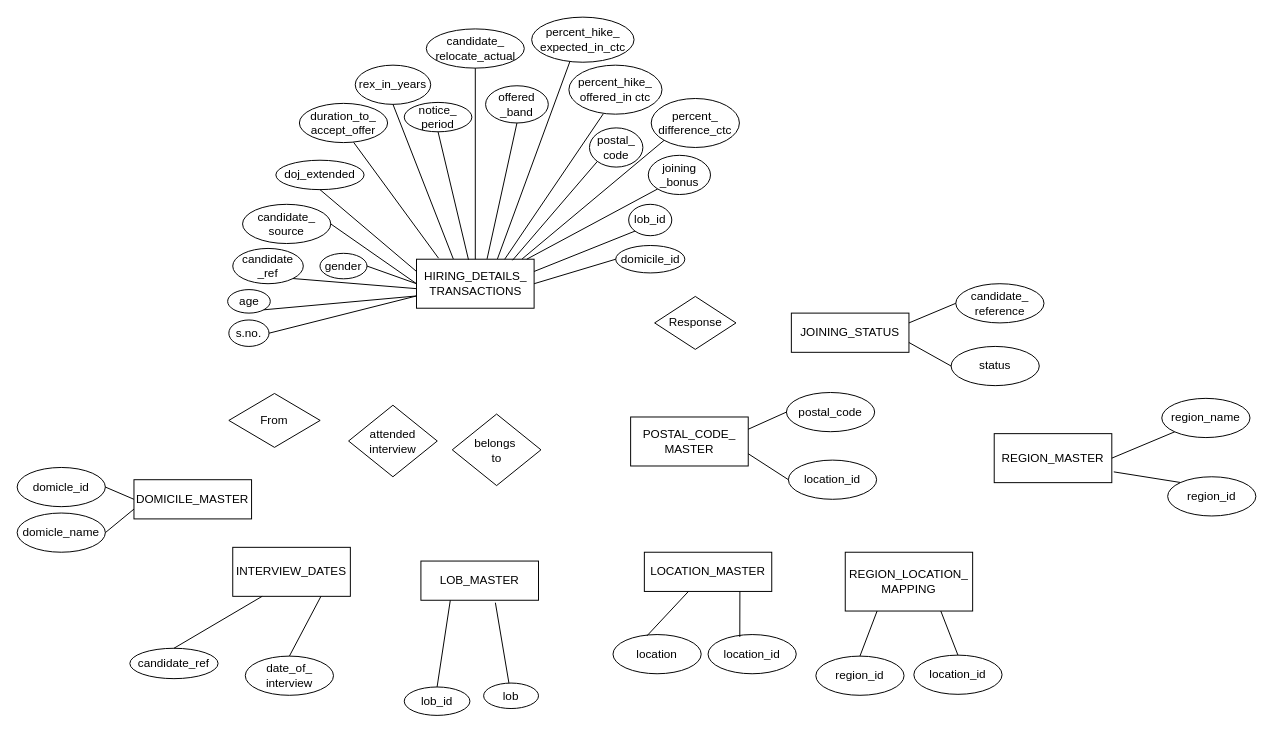
The draw.io diagram Untitled Diagram.drawio in gsrRogers/VatsDeloitte, before the edit. Source tidied: cells renumbered, new cells numbered last; positions are measured from the earlier drawing's top-left corner, leaving out a move shared by most shapes. Both pictures are drawn from the tidied source at 98%, with x=0, y=0 at pixel (17, 17).
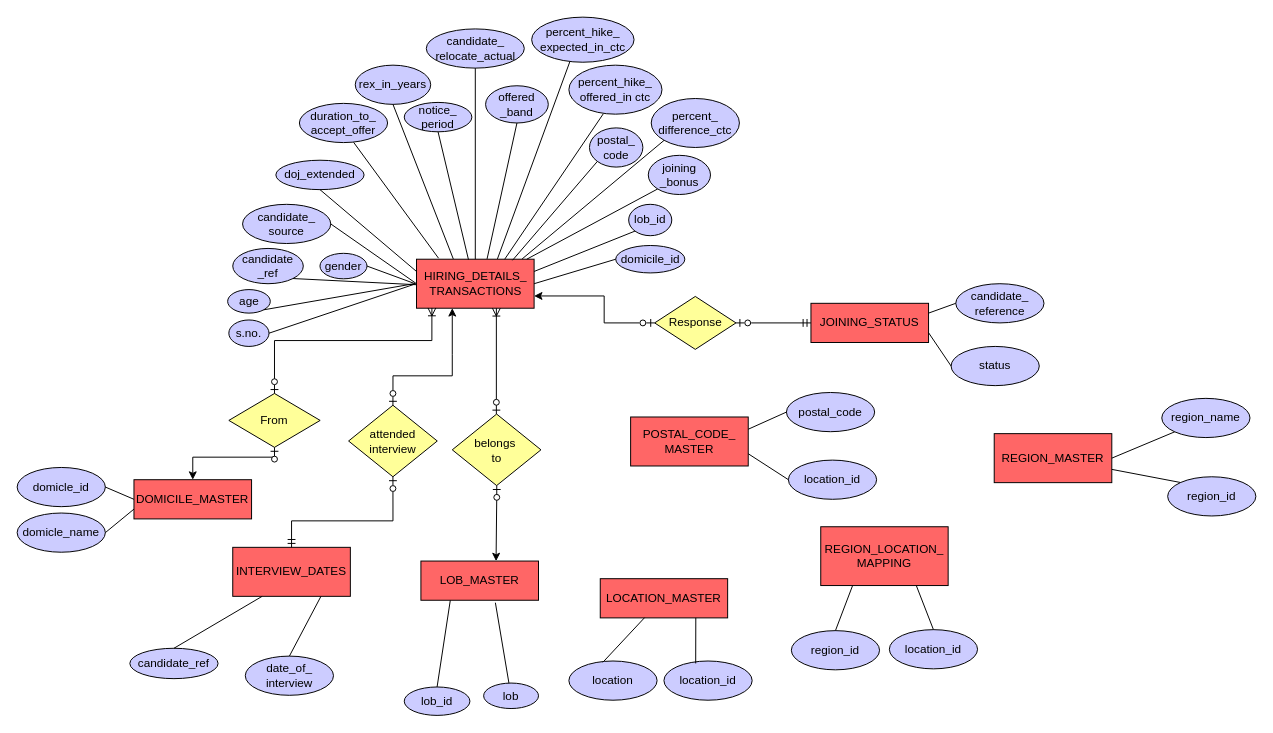
The same page after the edit.

The edit, as a diff of the source:
```diff
@@
-    <mxCell id="2" value="HIRING_DETAILS_&lt;br&gt;TRANSACTIONS" style="rounded=0;whiteSpace=wrap;html=1;" parent="1" vertex="1">
+    <mxCell id="2" value="HIRING_DETAILS_&lt;br&gt;TRANSACTIONS" style="rounded=0;whiteSpace=wrap;html=1;fillColor=#FF6666;" parent="1" vertex="1">
       <mxGeometry x="407.5" y="247" width="120" height="50" as="geometry" />
     </mxCell>
-    <mxCell id="3" value="INTERVIEW_DATES" style="rounded=0;whiteSpace=wrap;html=1;" parent="1" vertex="1">
+    <mxCell id="3" value="INTERVIEW_DATES" style="rounded=0;whiteSpace=wrap;html=1;fillColor=#FF6666;" parent="1" vertex="1">
       <mxGeometry x="220" y="541" width="120" height="50" as="geometry" />
     </mxCell>
-    <mxCell id="4" value="DOMICILE_MASTER" style="rounded=0;whiteSpace=wrap;html=1;" parent="1" vertex="1">
+    <mxCell id="4" value="DOMICILE_MASTER" style="rounded=0;whiteSpace=wrap;html=1;fillColor=#FF6666;" parent="1" vertex="1">
       <mxGeometry x="119.2" y="472" width="120" height="40" as="geometry" />
     </mxCell>
-    <mxCell id="5" value="JOINING_STATUS" style="rounded=0;whiteSpace=wrap;html=1;" parent="1" vertex="1">
-      <mxGeometry x="790" y="302" width="120" height="40" as="geometry" />
+    <mxCell id="5" value="JOINING_STATUS" style="rounded=0;whiteSpace=wrap;html=1;fillColor=#FF6666;" parent="1" vertex="1">
+      <mxGeometry x="810" y="292" width="120" height="40" as="geometry" />
     </mxCell>
-    <mxCell id="6" value="POSTAL_CODE_&lt;br&gt;MASTER" style="rounded=0;whiteSpace=wrap;html=1;" parent="1" vertex="1">
+    <mxCell id="6" value="POSTAL_CODE_&lt;br&gt;MASTER" style="rounded=0;whiteSpace=wrap;html=1;fillColor=#FF6666;" parent="1" vertex="1">
       <mxGeometry x="626" y="408" width="120" height="50" as="geometry" />
     </mxCell>
-    <mxCell id="7" value="LOCATION_MASTER" style="rounded=0;whiteSpace=wrap;html=1;" parent="1" vertex="1">
-      <mxGeometry x="640" y="546" width="130" height="40" as="geometry" />
+    <mxCell id="7" value="LOCATION_MASTER" style="rounded=0;whiteSpace=wrap;html=1;fillColor=#FF6666;" parent="1" vertex="1">
+      <mxGeometry x="595" y="573" width="130" height="40" as="geometry" />
     </mxCell>
-    <mxCell id="8" value="REGION_LOCATION_&lt;br&gt;MAPPING" style="rounded=0;whiteSpace=wrap;html=1;" parent="1" vertex="1">
-      <mxGeometry x="845" y="546" width="130" height="60" as="geometry" />
+    <mxCell id="8" value="REGION_LOCATION_&lt;br&gt;MAPPING" style="rounded=0;whiteSpace=wrap;html=1;fillColor=#FF6666;" parent="1" vertex="1">
+      <mxGeometry x="820" y="520" width="130" height="60" as="geometry" />
     </mxCell>
-    <mxCell id="9" value="REGION_MASTER" style="rounded=0;whiteSpace=wrap;html=1;" parent="1" vertex="1">
+    <mxCell id="9" value="REGION_MASTER" style="rounded=0;whiteSpace=wrap;html=1;fillColor=#FF6666;" parent="1" vertex="1">
       <mxGeometry x="997" y="425" width="120" height="50" as="geometry" />
     </mxCell>
-    <mxCell id="10" value="LOB_MASTER" style="rounded=0;whiteSpace=wrap;html=1;" parent="1" vertex="1">
+    <mxCell id="10" value="LOB_MASTER" style="rounded=0;whiteSpace=wrap;html=1;fillColor=#FF6666;" parent="1" vertex="1">
       <mxGeometry x="412" y="555" width="120" height="40" as="geometry" />
     </mxCell>
-    <mxCell id="11" value="s.no." style="ellipse;whiteSpace=wrap;html=1;" parent="1" vertex="1">
+    <mxCell id="11" value="s.no." style="ellipse;whiteSpace=wrap;html=1;fillColor=#CCCCFF;" parent="1" vertex="1">
       <mxGeometry x="216" y="309" width="41" height="27" as="geometry" />
     </mxCell>
-    <mxCell id="12" value="candidate&lt;br&gt;_ref" style="ellipse;whiteSpace=wrap;html=1;" parent="1" vertex="1">
+    <mxCell id="12" value="candidate&lt;br&gt;_ref" style="ellipse;whiteSpace=wrap;html=1;fillColor=#CCCCFF;" parent="1" vertex="1">
       <mxGeometry x="220" y="236" width="72" height="36" as="geometry" />
     </mxCell>
-    <mxCell id="13" value="doj_extended" style="ellipse;whiteSpace=wrap;html=1;" parent="1" vertex="1">
+    <mxCell id="13" value="doj_extended" style="ellipse;whiteSpace=wrap;html=1;fillColor=#CCCCFF;" parent="1" vertex="1">
       <mxGeometry x="264" y="146" width="90" height="30" as="geometry" />
     </mxCell>
-    <mxCell id="14" value="duration_to_&lt;br&gt;accept_offer" style="ellipse;whiteSpace=wrap;html=1;" parent="1" vertex="1">
+    <mxCell id="14" value="duration_to_&lt;br&gt;accept_offer" style="ellipse;whiteSpace=wrap;html=1;fillColor=#CCCCFF;" parent="1" vertex="1">
       <mxGeometry x="288" y="88" width="90" height="40" as="geometry" />
     </mxCell>
-    <mxCell id="15" value="notice_&lt;br&gt;period" style="ellipse;whiteSpace=wrap;html=1;" parent="1" vertex="1">
+    <mxCell id="15" value="notice_&lt;br&gt;period" style="ellipse;whiteSpace=wrap;html=1;fillColor=#CCCCFF;" parent="1" vertex="1">
       <mxGeometry x="395" y="87" width="69" height="30" as="geometry" />
     </mxCell>
-    <mxCell id="16" value="offered&lt;br&gt;_band" style="ellipse;whiteSpace=wrap;html=1;" parent="1" vertex="1">
+    <mxCell id="16" value="offered&lt;br&gt;_band" style="ellipse;whiteSpace=wrap;html=1;fillColor=#CCCCFF;" parent="1" vertex="1">
       <mxGeometry x="478" y="70" width="64" height="38" as="geometry" />
     </mxCell>
-    <mxCell id="17" value="percent_hike_&lt;br&gt;expected_in_ctc" style="ellipse;whiteSpace=wrap;html=1;" parent="1" vertex="1">
+    <mxCell id="17" value="percent_hike_&lt;br&gt;expected_in_ctc" style="ellipse;whiteSpace=wrap;html=1;fillColor=#CCCCFF;" parent="1" vertex="1">
       <mxGeometry x="525" width="104.5" height="46" as="geometry" />
     </mxCell>
-    <mxCell id="18" value="percent_hike_&lt;br&gt;offered_in ctc" style="ellipse;whiteSpace=wrap;html=1;" parent="1" vertex="1">
+    <mxCell id="18" value="percent_hike_&lt;br&gt;offered_in ctc" style="ellipse;whiteSpace=wrap;html=1;fillColor=#CCCCFF;" parent="1" vertex="1">
       <mxGeometry x="563" y="49" width="95" height="50" as="geometry" />
     </mxCell>
-    <mxCell id="19" value="percent_&lt;br&gt;difference_ctc" style="ellipse;whiteSpace=wrap;html=1;" parent="1" vertex="1">
+    <mxCell id="19" value="percent_&lt;br&gt;difference_ctc" style="ellipse;whiteSpace=wrap;html=1;fillColor=#CCCCFF;" parent="1" vertex="1">
       <mxGeometry x="647" y="83" width="90" height="50" as="geometry" />
     </mxCell>
-    <mxCell id="20" value="joining&lt;br&gt;_bonus" style="ellipse;whiteSpace=wrap;html=1;rotation=0;" parent="1" vertex="1">
+    <mxCell id="20" value="joining&lt;br&gt;_bonus" style="ellipse;whiteSpace=wrap;html=1;rotation=0;fillColor=#CCCCFF;" parent="1" vertex="1">
       <mxGeometry x="644" y="141" width="63.5" height="40" as="geometry" />
     </mxCell>
-    <mxCell id="21" value="candidate_&lt;br&gt;relocate_actual" style="ellipse;whiteSpace=wrap;html=1;" parent="1" vertex="1">
+    <mxCell id="21" value="candidate_&lt;br&gt;relocate_actual" style="ellipse;whiteSpace=wrap;html=1;fillColor=#CCCCFF;" parent="1" vertex="1">
       <mxGeometry x="417.5" y="12" width="100" height="40" as="geometry" />
     </mxCell>
-    <mxCell id="22" value="gender" style="ellipse;whiteSpace=wrap;html=1;" parent="1" vertex="1">
+    <mxCell id="22" value="gender" style="ellipse;whiteSpace=wrap;html=1;fillColor=#CCCCFF;" parent="1" vertex="1">
       <mxGeometry x="309" y="241" width="48" height="26" as="geometry" />
     </mxCell>
-    <mxCell id="23" value="domicile_id" style="ellipse;whiteSpace=wrap;html=1;" parent="1" vertex="1">
+    <mxCell id="23" value="domicile_id" style="ellipse;whiteSpace=wrap;html=1;fillColor=#CCCCFF;" parent="1" vertex="1">
       <mxGeometry x="610.8" y="233" width="70.5" height="28" as="geometry" />
     </mxCell>
-    <mxCell id="24" value="lob_id" style="ellipse;whiteSpace=wrap;html=1;" parent="1" vertex="1">
+    <mxCell id="24" value="lob_id" style="ellipse;whiteSpace=wrap;html=1;fillColor=#CCCCFF;" parent="1" vertex="1">
       <mxGeometry x="624" y="191" width="44" height="32" as="geometry" />
     </mxCell>
-    <mxCell id="25" value="postal_&lt;br&gt;code" style="ellipse;whiteSpace=wrap;html=1;" parent="1" vertex="1">
+    <mxCell id="25" value="postal_&lt;br&gt;code" style="ellipse;whiteSpace=wrap;html=1;fillColor=#CCCCFF;" parent="1" vertex="1">
       <mxGeometry x="584" y="113" width="54.5" height="40" as="geometry" />
     </mxCell>
-    <mxCell id="26" value="rex_in_years" style="ellipse;whiteSpace=wrap;html=1;" parent="1" vertex="1">
+    <mxCell id="26" value="rex_in_years" style="ellipse;whiteSpace=wrap;html=1;fillColor=#CCCCFF;" parent="1" vertex="1">
       <mxGeometry x="345" y="49" width="77" height="40" as="geometry" />
     </mxCell>
-    <mxCell id="27" value="candidate_&lt;br&gt;source" style="ellipse;whiteSpace=wrap;html=1;" parent="1" vertex="1">
+    <mxCell id="27" value="candidate_&lt;br&gt;source" style="ellipse;whiteSpace=wrap;html=1;fillColor=#CCCCFF;" parent="1" vertex="1">
       <mxGeometry x="230" y="191" width="90" height="40" as="geometry" />
     </mxCell>
-    <mxCell id="28" value="age" style="ellipse;whiteSpace=wrap;html=1;" parent="1" vertex="1">
+    <mxCell id="28" value="age" style="ellipse;whiteSpace=wrap;html=1;fillColor=#CCCCFF;" parent="1" vertex="1">
       <mxGeometry x="214.8" y="278" width="43.5" height="24" as="geometry" />
     </mxCell>
-    <mxCell id="29" value="candidate_ref" style="ellipse;whiteSpace=wrap;html=1;" parent="1" vertex="1">
+    <mxCell id="29" value="candidate_ref" style="ellipse;whiteSpace=wrap;html=1;fillColor=#CCCCFF;" parent="1" vertex="1">
       <mxGeometry x="115" y="644" width="90" height="31" as="geometry" />
     </mxCell>
-    <mxCell id="30" value="date_of_&lt;br&gt;interview" style="ellipse;whiteSpace=wrap;html=1;" parent="1" vertex="1">
+    <mxCell id="30" value="date_of_&lt;br&gt;interview" style="ellipse;whiteSpace=wrap;html=1;fillColor=#CCCCFF;" parent="1" vertex="1">
       <mxGeometry x="232.8" y="652" width="90" height="40" as="geometry" />
     </mxCell>
-    <mxCell id="31" value="lob_id" style="ellipse;whiteSpace=wrap;html=1;" parent="1" vertex="1">
+    <mxCell id="31" value="lob_id" style="ellipse;whiteSpace=wrap;html=1;fillColor=#CCCCFF;" parent="1" vertex="1">
       <mxGeometry x="395" y="683.5" width="67" height="29" as="geometry" />
     </mxCell>
-    <mxCell id="32" value="lob" style="ellipse;whiteSpace=wrap;html=1;" parent="1" vertex="1">
+    <mxCell id="32" value="lob" style="ellipse;whiteSpace=wrap;html=1;fillColor=#CCCCFF;" parent="1" vertex="1">
       <mxGeometry x="476" y="679.5" width="56" height="26" as="geometry" />
     </mxCell>
-    <mxCell id="33" value="domicle_id" style="ellipse;whiteSpace=wrap;html=1;" parent="1" vertex="1">
+    <mxCell id="33" value="domicle_id" style="ellipse;whiteSpace=wrap;html=1;fillColor=#CCCCFF;" parent="1" vertex="1">
       <mxGeometry y="459.5" width="90" height="40" as="geometry" />
     </mxCell>
-    <mxCell id="34" value="domicle_name" style="ellipse;whiteSpace=wrap;html=1;" parent="1" vertex="1">
+    <mxCell id="34" value="domicle_name" style="ellipse;whiteSpace=wrap;html=1;fillColor=#CCCCFF;" parent="1" vertex="1">
       <mxGeometry y="506" width="90" height="40" as="geometry" />
     </mxCell>
-    <mxCell id="35" value="region_id" style="ellipse;whiteSpace=wrap;html=1;" parent="1" vertex="1">
+    <mxCell id="35" value="region_id" style="ellipse;whiteSpace=wrap;html=1;fillColor=#CCCCFF;" parent="1" vertex="1">
       <mxGeometry x="1174" y="469" width="90" height="40" as="geometry" />
     </mxCell>
-    <mxCell id="36" value="region_name" style="ellipse;whiteSpace=wrap;html=1;" parent="1" vertex="1">
+    <mxCell id="36" value="region_name" style="ellipse;whiteSpace=wrap;html=1;fillColor=#CCCCFF;" parent="1" vertex="1">
       <mxGeometry x="1168" y="389" width="90" height="40" as="geometry" />
     </mxCell>
-    <mxCell id="37" value="region_id" style="ellipse;whiteSpace=wrap;html=1;" parent="1" vertex="1">
-      <mxGeometry x="815" y="652" width="90" height="40" as="geometry" />
+    <mxCell id="37" value="region_id" style="ellipse;whiteSpace=wrap;html=1;fillColor=#CCCCFF;" parent="1" vertex="1">
+      <mxGeometry x="790" y="626" width="90" height="40" as="geometry" />
     </mxCell>
-    <mxCell id="38" value="location_id" style="ellipse;whiteSpace=wrap;html=1;" parent="1" vertex="1">
-      <mxGeometry x="915" y="651" width="90" height="40" as="geometry" />
+    <mxCell id="38" value="location_id" style="ellipse;whiteSpace=wrap;html=1;fillColor=#CCCCFF;" parent="1" vertex="1">
+      <mxGeometry x="890" y="625" width="90" height="40" as="geometry" />
     </mxCell>
-    <mxCell id="39" value="location_id" style="ellipse;whiteSpace=wrap;html=1;" parent="1" vertex="1">
-      <mxGeometry x="705" y="630" width="90" height="40" as="geometry" />
+    <mxCell id="39" value="location_id" style="ellipse;whiteSpace=wrap;html=1;fillColor=#CCCCFF;" parent="1" vertex="1">
+      <mxGeometry x="660" y="657" width="90" height="40" as="geometry" />
     </mxCell>
-    <mxCell id="40" value="location" style="ellipse;whiteSpace=wrap;html=1;" parent="1" vertex="1">
-      <mxGeometry x="608" y="630" width="90" height="40" as="geometry" />
+    <mxCell id="40" value="location" style="ellipse;whiteSpace=wrap;html=1;fillColor=#CCCCFF;" parent="1" vertex="1">
+      <mxGeometry x="563" y="657" width="90" height="40" as="geometry" />
     </mxCell>
-    <mxCell id="41" value="location_id" style="ellipse;whiteSpace=wrap;html=1;" parent="1" vertex="1">
+    <mxCell id="41" value="location_id" style="ellipse;whiteSpace=wrap;html=1;fillColor=#CCCCFF;" parent="1" vertex="1">
       <mxGeometry x="787" y="452" width="90" height="40" as="geometry" />
     </mxCell>
-    <mxCell id="42" value="postal_code" style="ellipse;whiteSpace=wrap;html=1;" parent="1" vertex="1">
+    <mxCell id="42" value="postal_code" style="ellipse;whiteSpace=wrap;html=1;fillColor=#CCCCFF;" parent="1" vertex="1">
       <mxGeometry x="785" y="383" width="90" height="40" as="geometry" />
     </mxCell>
-    <mxCell id="43" value="candidate_&lt;br&gt;reference" style="ellipse;whiteSpace=wrap;html=1;" parent="1" vertex="1">
+    <mxCell id="43" value="candidate_&lt;br&gt;reference" style="ellipse;whiteSpace=wrap;html=1;fillColor=#CCCCFF;" parent="1" vertex="1">
       <mxGeometry x="957.8" y="272" width="90" height="40" as="geometry" />
     </mxCell>
-    <mxCell id="44" value="status" style="ellipse;whiteSpace=wrap;html=1;" parent="1" vertex="1">
+    <mxCell id="44" value="status" style="ellipse;whiteSpace=wrap;html=1;fillColor=#CCCCFF;" parent="1" vertex="1">
       <mxGeometry x="953" y="336" width="90" height="40" as="geometry" />
     </mxCell>
@@
-    <mxCell id="51" style="endArrow=none;html=1;rounded=0;exitX=0;exitY=0;exitDx=0;exitDy=0;" parent="1" edge="1" source="35">
-      <mxGeometry relative="1" as="geometry">
-        <mxPoint x="1119" y="464" as="targetPoint" />
-      </mxGeometry>
+    <mxCell id="51" style="endArrow=none;html=1;rounded=0;exitX=0;exitY=0;exitDx=0;exitDy=0;" parent="1" edge="1" source="35" target="9">
+      <mxGeometry relative="1" as="geometry" />
     </mxCell>
@@
-    <mxCell id="61" style="endArrow=none;html=1;rounded=0;exitX=1;exitY=0.5;exitDx=0;exitDy=0;entryX=0;entryY=0.75;entryDx=0;entryDy=0;" parent="1" edge="1" source="11" target="2">
-      <mxGeometry relative="1" as="geometry" />
+    <mxCell id="61" style="endArrow=none;html=1;rounded=0;exitX=1;exitY=0.5;exitDx=0;exitDy=0;" parent="1" edge="1" source="11">
+      <mxGeometry relative="1" as="geometry">
+        <mxPoint x="407" y="272" as="targetPoint" />
+      </mxGeometry>
     </mxCell>
-    <mxCell id="62" style="endArrow=none;html=1;rounded=0;exitX=1;exitY=1;exitDx=0;exitDy=0;entryX=0;entryY=0.75;entryDx=0;entryDy=0;" parent="1" edge="1" source="28" target="2">
-      <mxGeometry relative="1" as="geometry" />
+    <mxCell id="62" style="endArrow=none;html=1;rounded=0;exitX=1;exitY=1;exitDx=0;exitDy=0;" parent="1" edge="1" source="28">
+      <mxGeometry relative="1" as="geometry">
+        <mxPoint x="405" y="272" as="targetPoint" />
+      </mxGeometry>
     </mxCell>
     <mxCell id="63" style="endArrow=none;html=1;rounded=0;exitX=1;exitY=1;exitDx=0;exitDy=0;" parent="1" edge="1" source="12">
       <mxGeometry relative="1" as="geometry">
-        <mxPoint x="407" y="277" as="targetPoint" />
+        <mxPoint x="407" y="273" as="targetPoint" />
       </mxGeometry>
     </mxCell>
@@
-    <mxCell id="66" style="endArrow=none;html=1;rounded=0;exitX=1;exitY=0.5;exitDx=0;exitDy=0;entryX=0;entryY=0.5;entryDx=0;entryDy=0;" parent="1" edge="1" source="22" target="2">
-      <mxGeometry relative="1" as="geometry" />
+    <mxCell id="66" style="endArrow=none;html=1;rounded=0;exitX=1;exitY=0.5;exitDx=0;exitDy=0;" parent="1" edge="1" source="22">
+      <mxGeometry relative="1" as="geometry">
+        <mxPoint x="406" y="272" as="targetPoint" />
+      </mxGeometry>
     </mxCell>
@@
-    <mxCell id="79" value="attended interview" style="rhombus;whiteSpace=wrap;html=1;" parent="1" vertex="1">
+    <mxCell id="79" value="attended interview" style="rhombus;whiteSpace=wrap;html=1;fillColor=#FFFF99;" parent="1" vertex="1">
       <mxGeometry x="338.2" y="396" width="90.5" height="73" as="geometry" />
     </mxCell>
-    <mxCell id="80" value="From" style="rhombus;whiteSpace=wrap;html=1;" parent="1" vertex="1">
+    <mxCell id="80" value="From" style="rhombus;whiteSpace=wrap;html=1;fillColor=#FFFF99;" parent="1" vertex="1">
       <mxGeometry x="216" y="384" width="93.2" height="55" as="geometry" />
     </mxCell>
-    <mxCell id="81" value="belongs&amp;nbsp;&lt;br&gt;to" style="rhombus;whiteSpace=wrap;html=1;" parent="1" vertex="1">
+    <mxCell id="81" value="belongs&amp;nbsp;&lt;br&gt;to" style="rhombus;whiteSpace=wrap;html=1;fillColor=#FFFF99;" parent="1" vertex="1">
       <mxGeometry x="444" y="405" width="90.5" height="73" as="geometry" />
     </mxCell>
-    <mxCell id="82" value="Response" style="rhombus;whiteSpace=wrap;html=1;" parent="1" vertex="1">
+    <mxCell id="82" value="Response" style="rhombus;whiteSpace=wrap;html=1;fillColor=#FFFF99;" parent="1" vertex="1">
       <mxGeometry x="650.5" y="285" width="83" height="54" as="geometry" />
     </mxCell>
+    <mxCell id="83" style="edgeStyle=orthogonalEdgeStyle;fontSize=12;html=1;endArrow=ERoneToMany;startArrow=ERzeroToOne;rounded=0;jumpStyle=none;entryX=0.131;entryY=0.995;entryDx=0;entryDy=0;entryPerimeter=0;exitX=0.5;exitY=0;exitDx=0;exitDy=0;" parent="1" edge="1" source="80" target="2">
+      <mxGeometry relative="1" as="geometry">
+        <Array as="points">
+          <mxPoint x="263" y="330" />
+          <mxPoint x="423" y="330" />
+        </Array>
+      </mxGeometry>
+    </mxCell>
+    <mxCell id="84" style="edgeStyle=orthogonalEdgeStyle;fontSize=12;html=1;endArrow=classic;startArrow=ERzeroToOne;rounded=0;jumpStyle=none;entryX=0.5;entryY=0;entryDx=0;entryDy=0;exitX=0.5;exitY=1;exitDx=0;exitDy=0;endFill=1;" parent="1" edge="1" source="80" target="4">
+      <mxGeometry relative="1" as="geometry">
+        <Array as="points">
+          <mxPoint x="263" y="449" />
+          <mxPoint x="179" y="449" />
+        </Array>
+      </mxGeometry>
+    </mxCell>
+    <mxCell id="85" style="edgeStyle=orthogonalEdgeStyle;fontSize=12;html=1;endArrow=ERoneToMany;startArrow=ERzeroToOne;rounded=0;jumpStyle=none;exitX=0.5;exitY=0;exitDx=0;exitDy=0;" parent="1" edge="1" source="81">
+      <mxGeometry relative="1" as="geometry">
+        <mxPoint x="489" y="297" as="targetPoint" />
+        <Array as="points">
+          <mxPoint x="489" y="297" />
+        </Array>
+      </mxGeometry>
+    </mxCell>
+    <mxCell id="86" style="edgeStyle=orthogonalEdgeStyle;fontSize=12;html=1;endArrow=classic;startArrow=ERzeroToOne;rounded=0;jumpStyle=none;exitX=0.5;exitY=1;exitDx=0;exitDy=0;endFill=1;entryX=0.639;entryY=0.002;entryDx=0;entryDy=0;entryPerimeter=0;" parent="1" edge="1" target="10">
+      <mxGeometry relative="1" as="geometry">
+        <mxPoint x="489.4" y="478" as="sourcePoint" />
+        <Array as="points">
+          <mxPoint x="489" y="488" />
+          <mxPoint x="489" y="488" />
+        </Array>
+      </mxGeometry>
+    </mxCell>
+    <mxCell id="87" style="edgeStyle=orthogonalEdgeStyle;fontSize=12;html=1;endArrow=ERzeroToOne;startArrow=ERmandOne;rounded=0;jumpStyle=none;exitX=0.5;exitY=0;exitDx=0;exitDy=0;endFill=0;entryX=0.5;entryY=1;entryDx=0;entryDy=0;" parent="1" edge="1" source="3" target="79">
+      <mxGeometry relative="1" as="geometry">
+        <Array as="points">
+          <mxPoint x="280" y="514" />
+          <mxPoint x="384" y="514" />
+        </Array>
+      </mxGeometry>
+    </mxCell>
+    <mxCell id="88" style="edgeStyle=orthogonalEdgeStyle;fontSize=12;html=1;endArrow=ERzeroToOne;startArrow=classic;rounded=0;jumpStyle=none;entryX=0.5;entryY=0;entryDx=0;entryDy=0;endFill=0;startFill=1;" parent="1" edge="1" target="79">
+      <mxGeometry relative="1" as="geometry">
+        <mxPoint x="444" y="297" as="sourcePoint" />
+        <Array as="points">
+          <mxPoint x="444" y="344" />
+          <mxPoint x="444" y="366" />
+          <mxPoint x="383" y="366" />
+        </Array>
+      </mxGeometry>
+    </mxCell>
+    <mxCell id="89" style="edgeStyle=orthogonalEdgeStyle;fontSize=12;html=1;endArrow=ERzeroToOne;startArrow=ERmandOne;rounded=0;jumpStyle=none;endFill=0;entryX=1;entryY=0.5;entryDx=0;entryDy=0;exitX=0;exitY=0.5;exitDx=0;exitDy=0;" parent="1" edge="1" source="5" target="82">
+      <mxGeometry relative="1" as="geometry" />
+    </mxCell>
+    <mxCell id="90" style="edgeStyle=orthogonalEdgeStyle;fontSize=12;html=1;endArrow=ERzeroToOne;startArrow=classic;rounded=0;jumpStyle=none;entryX=0;entryY=0.5;entryDx=0;entryDy=0;endFill=0;startFill=1;exitX=1;exitY=0.75;exitDx=0;exitDy=0;" parent="1" edge="1" source="2" target="82">
+      <mxGeometry relative="1" as="geometry">
+        <Array as="points">
+          <mxPoint x="599" y="285" />
+          <mxPoint x="599" y="312" />
+        </Array>
+      </mxGeometry>
+    </mxCell>
```
